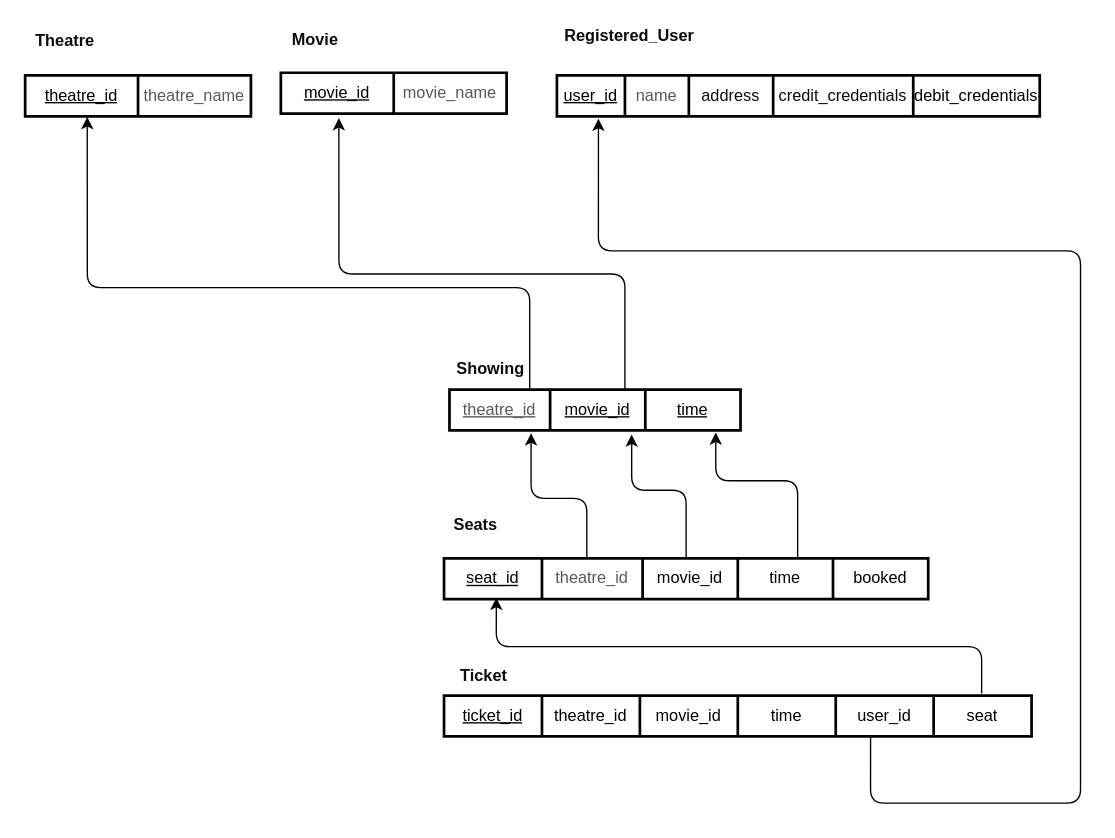
The draw.io diagram DesignDocuments/Diagrams/DatabaseDiagrams/Relational_Diagram_Theatre_Database.drawio in folkg/movie-ticket-reservation-app, before the edit. Source tidied: cells renumbered, new cells numbered last; positions are measured from the earlier drawing's top-left corner, leaving out a move shared by most shapes. Both pictures are drawn from the tidied source at 136%, with x=0, y=0 at pixel (23, 23).
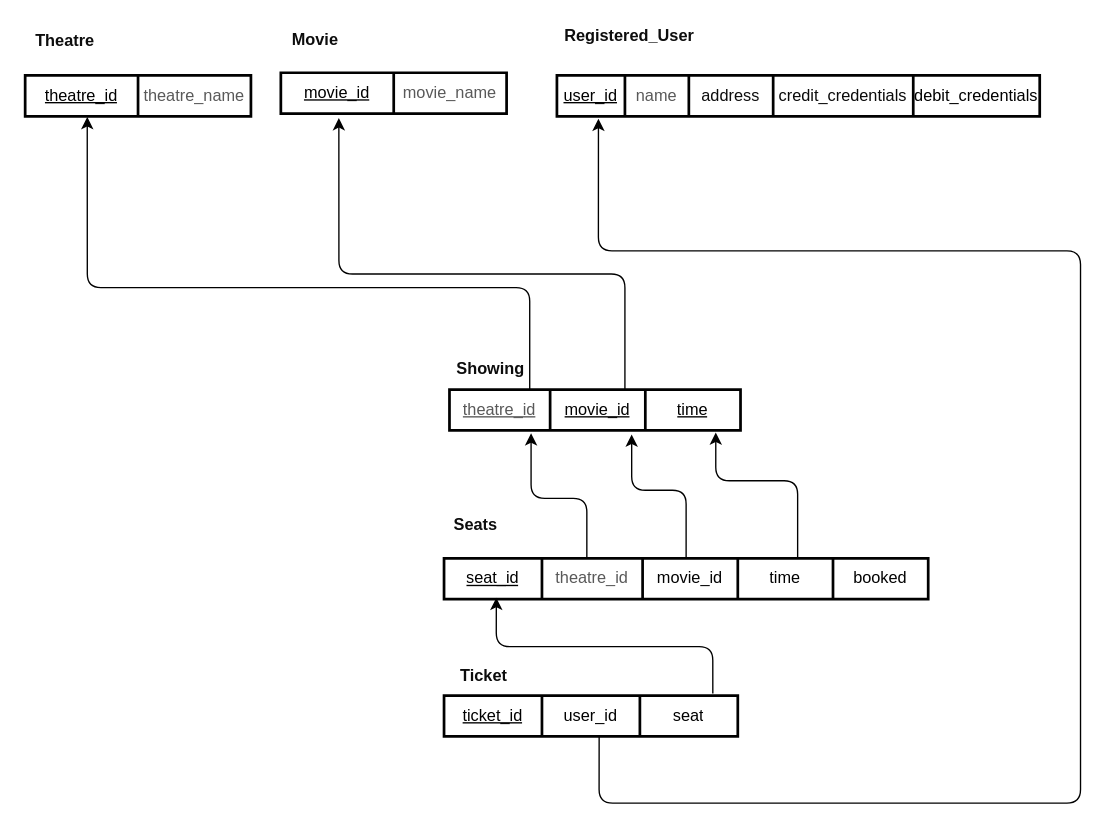
Above is the later version.

Commit message:
Removing redundant relational attributes

Unchanged cells that the change refers to:
```xml
<mxCell id="9" style="group;" parent="1" vertex="1">
  <mxGeometry x="309" y="460" width="72" height="64" as="geometry" />
</mxCell>
<mxCell id="35" style="shape=tableRow;horizontal=0;startSize=0;swimlaneHead=0;swimlaneBody=0;top=0;left=0;bottom=0;right=0;fillColor=none;points=[[0,0.5],[1,0.5]];portConstraint=eastwest;strokeColor=#000000;strokeWidth=2;" parent="34" vertex="1">
  <mxGeometry width="355" height="30" as="geometry" />
</mxCell>
<mxCell id="46" style="shape=tableRow;horizontal=0;startSize=0;swimlaneHead=0;swimlaneBody=0;top=0;left=0;bottom=0;right=0;fillColor=none;points=[[0,0.5],[1,0.5]];portConstraint=eastwest;strokeColor=#000000;strokeWidth=2;fontStyle=0;" parent="45" vertex="1">
  <mxGeometry width="356" height="30" as="geometry" />
</mxCell>
```

Diff of the diagram source:
```diff
@@
     <mxCell id="10" style="shape=table;html=1;whiteSpace=wrap;startSize=0;childLayout=tableLayout;strokeColor=#000000;strokeWidth=2;fillColor=none;" parent="9" vertex="1">
-      <mxGeometry y="34" width="432" height="30" as="geometry" />
+      <mxGeometry y="34" width="216" height="30" as="geometry" />
     </mxCell>
     <mxCell id="11" style="shape=tableRow;horizontal=0;startSize=0;swimlaneHead=0;swimlaneBody=0;top=0;left=0;bottom=0;right=0;fillColor=none;points=[[0,0.5],[1,0.5]];portConstraint=eastwest;strokeColor=#000000;strokeWidth=2;" parent="10" vertex="1">
-      <mxGeometry width="432" height="30" as="geometry" />
+      <mxGeometry width="216" height="30" as="geometry" />
     </mxCell>
@@
-    <mxCell id="13" value="&lt;font color=&quot;#000000&quot;&gt;theatre_id&lt;/font&gt;" style="shape=partialRectangle;html=1;whiteSpace=wrap;fillColor=none;top=0;left=0;bottom=0;right=0;overflow=hidden;strokeColor=#000000;strokeWidth=2;" parent="11" vertex="1">
-      <mxGeometry x="72" width="72" height="30" as="geometry" />
-    </mxCell>
-    <mxCell id="14" value="&lt;font color=&quot;#000000&quot;&gt;movie_id&lt;/font&gt;" style="shape=partialRectangle;html=1;whiteSpace=wrap;fillColor=none;top=0;left=0;bottom=0;right=0;overflow=hidden;strokeColor=#000000;strokeWidth=2;" parent="11" vertex="1">
-      <mxGeometry x="144" width="72" height="30" as="geometry" />
-    </mxCell>
-    <mxCell id="15" value="&lt;font color=&quot;#000000&quot;&gt;time&lt;/font&gt;" style="shape=partialRectangle;html=1;whiteSpace=wrap;fillColor=none;top=0;left=0;bottom=0;right=0;overflow=hidden;strokeColor=#000000;strokeWidth=2;" parent="11" vertex="1">
-      <mxGeometry x="216" width="72" height="30" as="geometry" />
-    </mxCell>
     <mxCell id="16" value="&lt;font color=&quot;#000000&quot;&gt;user_id&lt;/font&gt;" style="shape=partialRectangle;html=1;whiteSpace=wrap;fillColor=none;top=0;left=0;bottom=0;right=0;overflow=hidden;strokeColor=#000000;strokeWidth=2;" parent="11" vertex="1">
-      <mxGeometry x="288" width="72" height="30" as="geometry" />
+      <mxGeometry x="72" width="72" height="30" as="geometry" />
     </mxCell>
     <mxCell id="17" value="&lt;font color=&quot;#000000&quot;&gt;seat&lt;/font&gt;" style="shape=partialRectangle;html=1;whiteSpace=wrap;fillColor=none;top=0;left=0;bottom=0;right=0;overflow=hidden;strokeColor=#000000;strokeWidth=2;" parent="11" vertex="1">
-      <mxGeometry x="360" width="72" height="30" as="geometry" />
+      <mxGeometry x="144" width="72" height="30" as="geometry" />
     </mxCell>
@@
-    <mxCell id="33" style="edgeStyle=orthogonalEdgeStyle;html=1;entryX=0.086;entryY=1.06;entryDx=0;entryDy=0;entryPerimeter=0;fontColor=#030000;strokeColor=#000000;exitX=0.726;exitY=1.009;exitDx=0;exitDy=0;exitPerimeter=0;" parent="1" edge="1" source="11" target="35">
+    <mxCell id="33" style="edgeStyle=orthogonalEdgeStyle;html=1;entryX=0.086;entryY=1.06;entryDx=0;entryDy=0;entryPerimeter=0;fontColor=#030000;strokeColor=#000000;exitX=0.528;exitY=1.012;exitDx=0;exitDy=0;exitPerimeter=0;" parent="1" edge="1" source="11" target="35">
       <mxGeometry relative="1" as="geometry">
         <Array as="points">
-          <mxPoint x="623" y="573" />
+          <mxPoint x="423" y="573" />
           <mxPoint x="777" y="573" />
           <mxPoint x="777" y="167" />
           <mxPoint x="423" y="167" />
         </Array>
       </mxGeometry>
     </mxCell>
@@
     <mxCell id="52" style="edgeStyle=orthogonalEdgeStyle;html=1;entryX=0.108;entryY=0.967;entryDx=0;entryDy=0;entryPerimeter=0;fontColor=#030303;strokeColor=#000000;exitX=0.915;exitY=-0.055;exitDx=0;exitDy=0;exitPerimeter=0;" parent="1" edge="1" source="11" target="46">
       <mxGeometry relative="1" as="geometry">
         <Array as="points">
-          <mxPoint x="704" y="458" />
+          <mxPoint x="507" y="458" />
           <mxPoint x="347" y="458" />
         </Array>
       </mxGeometry>
     </mxCell>
```
